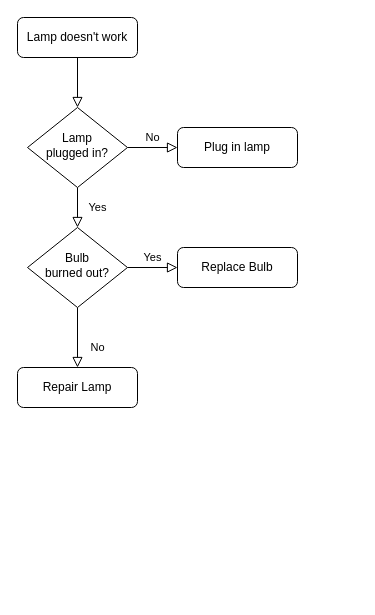
rgmoore/drawio keeps this draw.io diagram as Retry.drawio. Above is the earlier version. Source tidied: cells renumbered, new cells numbered last; positions are measured from the earlier drawing's top-left corner, leaving out a move shared by most shapes. Both pictures are drawn from the tidied source at 100%, with x=0, y=0 at pixel (17, 17).
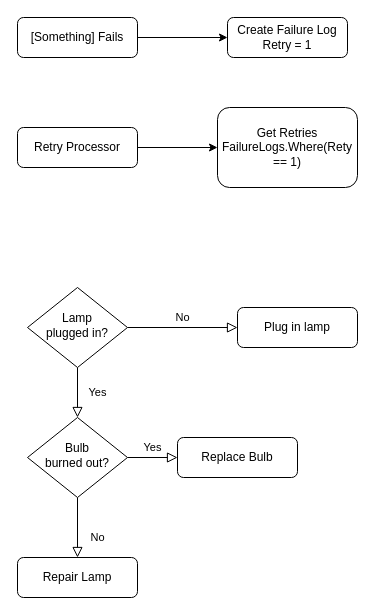
After the change.

Change to the diagram source:
```diff
@@
 <mxGraphModel>
   <root>
     <mxCell id="0" />
     <mxCell id="1" parent="0" />
-    <mxCell id="2" style="rounded=0;html=1;jettySize=auto;fontSize=11;endArrow=block;endFill=0;endSize=8;strokeWidth=1;shadow=0;labelBackgroundColor=none;edgeStyle=orthogonalEdgeStyle;" parent="1" edge="1" source="3" target="6">
-      <mxGeometry relative="1" as="geometry" />
-    </mxCell>
+    <mxCell id="13" style="edgeStyle=orthogonalEdgeStyle;rounded=0;jettySize=auto;html=1;" parent="1" edge="1" source="3" target="14">
+      <mxGeometry relative="1" as="geometry" />
+    </mxCell>
-    <mxCell id="3" value="Lamp doesn't work" style="rounded=1;whiteSpace=wrap;html=1;fontSize=12;glass=0;strokeWidth=1;shadow=0;" parent="1" vertex="1">
+    <mxCell id="3" value="[Something] Fails" style="rounded=1;whiteSpace=wrap;html=1;fontSize=12;glass=0;strokeWidth=1;shadow=0;" parent="1" vertex="1">
       <mxGeometry width="120" height="40" as="geometry" />
     </mxCell>
     <mxCell id="4" value="Yes" style="rounded=0;html=1;jettySize=auto;fontSize=11;endArrow=block;endFill=0;endSize=8;strokeWidth=1;shadow=0;labelBackgroundColor=none;edgeStyle=orthogonalEdgeStyle;" parent="1" edge="1" source="6" target="10">
       <mxGeometry y="20" relative="1" as="geometry" />
     </mxCell>
     <mxCell id="5" value="No" style="edgeStyle=orthogonalEdgeStyle;rounded=0;html=1;jettySize=auto;fontSize=11;endArrow=block;endFill=0;endSize=8;strokeWidth=1;shadow=0;labelBackgroundColor=none;" parent="1" edge="1" source="6" target="7">
       <mxGeometry y="10" relative="1" as="geometry" />
     </mxCell>
     <mxCell id="6" value="Lamp&lt;br&gt;plugged in?" style="rhombus;whiteSpace=wrap;html=1;shadow=0;fontFamily=Helvetica;fontSize=12;align=center;strokeWidth=1;spacing=6;spacingTop=-4;" parent="1" vertex="1">
-      <mxGeometry x="10" y="90" width="100" height="80" as="geometry" />
+      <mxGeometry x="10" y="270" width="100" height="80" as="geometry" />
     </mxCell>
     <mxCell id="7" value="Plug in lamp" style="rounded=1;whiteSpace=wrap;html=1;fontSize=12;glass=0;strokeWidth=1;shadow=0;" parent="1" vertex="1">
-      <mxGeometry x="160" y="110" width="120" height="40" as="geometry" />
+      <mxGeometry x="220" y="290" width="120" height="40" as="geometry" />
     </mxCell>
     <mxCell id="8" value="No" style="rounded=0;html=1;jettySize=auto;fontSize=11;endArrow=block;endFill=0;endSize=8;strokeWidth=1;shadow=0;labelBackgroundColor=none;edgeStyle=orthogonalEdgeStyle;" parent="1" edge="1" source="10" target="11">
       <mxGeometry x="0.33" y="20" relative="1" as="geometry" />
     </mxCell>
     <mxCell id="9" value="Yes" style="edgeStyle=orthogonalEdgeStyle;rounded=0;html=1;jettySize=auto;fontSize=11;endArrow=block;endFill=0;endSize=8;strokeWidth=1;shadow=0;labelBackgroundColor=none;" parent="1" edge="1" source="10" target="12">
       <mxGeometry y="10" relative="1" as="geometry" />
     </mxCell>
     <mxCell id="10" value="Bulb&lt;br&gt;burned out?" style="rhombus;whiteSpace=wrap;html=1;shadow=0;fontFamily=Helvetica;fontSize=12;align=center;strokeWidth=1;spacing=6;spacingTop=-4;" parent="1" vertex="1">
-      <mxGeometry x="10" y="210" width="100" height="80" as="geometry" />
+      <mxGeometry x="10" y="400" width="100" height="80" as="geometry" />
     </mxCell>
     <mxCell id="11" value="Repair Lamp" style="rounded=1;whiteSpace=wrap;html=1;fontSize=12;glass=0;strokeWidth=1;shadow=0;" parent="1" vertex="1">
-      <mxGeometry y="350" width="120" height="40" as="geometry" />
+      <mxGeometry y="540" width="120" height="40" as="geometry" />
     </mxCell>
     <mxCell id="12" value="Replace Bulb" style="rounded=1;whiteSpace=wrap;html=1;fontSize=12;glass=0;strokeWidth=1;shadow=0;" parent="1" vertex="1">
-      <mxGeometry x="160" y="230" width="120" height="40" as="geometry" />
+      <mxGeometry x="160" y="420" width="120" height="40" as="geometry" />
     </mxCell>
+    <mxCell id="14" value="Create Failure Log&lt;br&gt;Retry = 1" style="rounded=1;whiteSpace=wrap;html=1;fontSize=12;glass=0;strokeWidth=1;shadow=0;" parent="1" vertex="1">
+      <mxGeometry x="210" width="120" height="40" as="geometry" />
+    </mxCell>
+    <mxCell id="15" style="edgeStyle=orthogonalEdgeStyle;rounded=0;jettySize=auto;html=1;" parent="1" edge="1" source="16" target="17">
+      <mxGeometry relative="1" as="geometry" />
+    </mxCell>
+    <mxCell id="16" value="Retry Processor" style="rounded=1;whiteSpace=wrap;html=1;fontSize=12;glass=0;strokeWidth=1;shadow=0;" parent="1" vertex="1">
+      <mxGeometry y="110" width="120" height="40" as="geometry" />
+    </mxCell>
+    <mxCell id="17" value="Get Retries&lt;br&gt;FailureLogs.Where(Rety == 1)" style="rounded=1;whiteSpace=wrap;html=1;fontSize=12;glass=0;strokeWidth=1;shadow=0;" parent="1" vertex="1">
+      <mxGeometry x="200" y="90" width="140" height="80" as="geometry" />
+    </mxCell>
   </root>
 </mxGraphModel>
```
